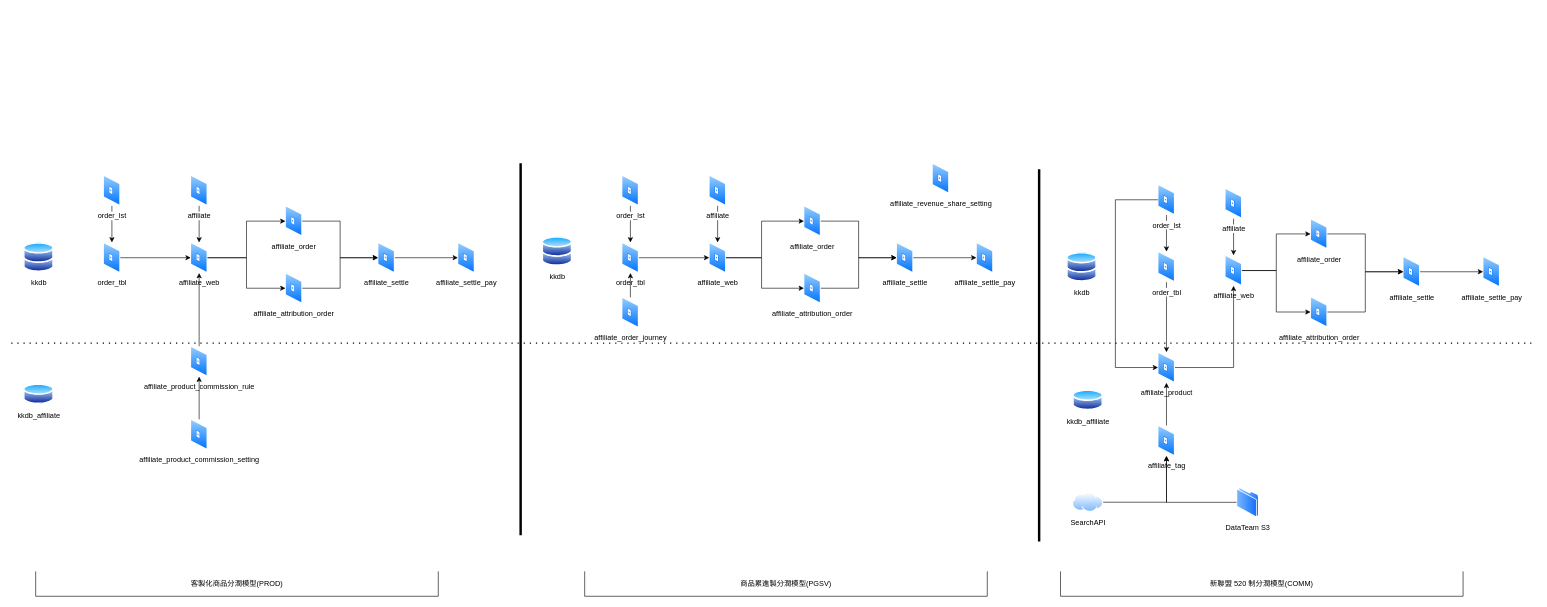
The draw.io diagram 聯盟分潤制度模型.drawio in mikeah2011/oss, before the edit. Source tidied: cells renumbered, new cells numbered last; positions are measured from the earlier drawing's top-left corner, leaving out a move shared by most shapes. Both pictures are drawn from the tidied source at 61%, with x=0, y=0 at pixel (11, 163).
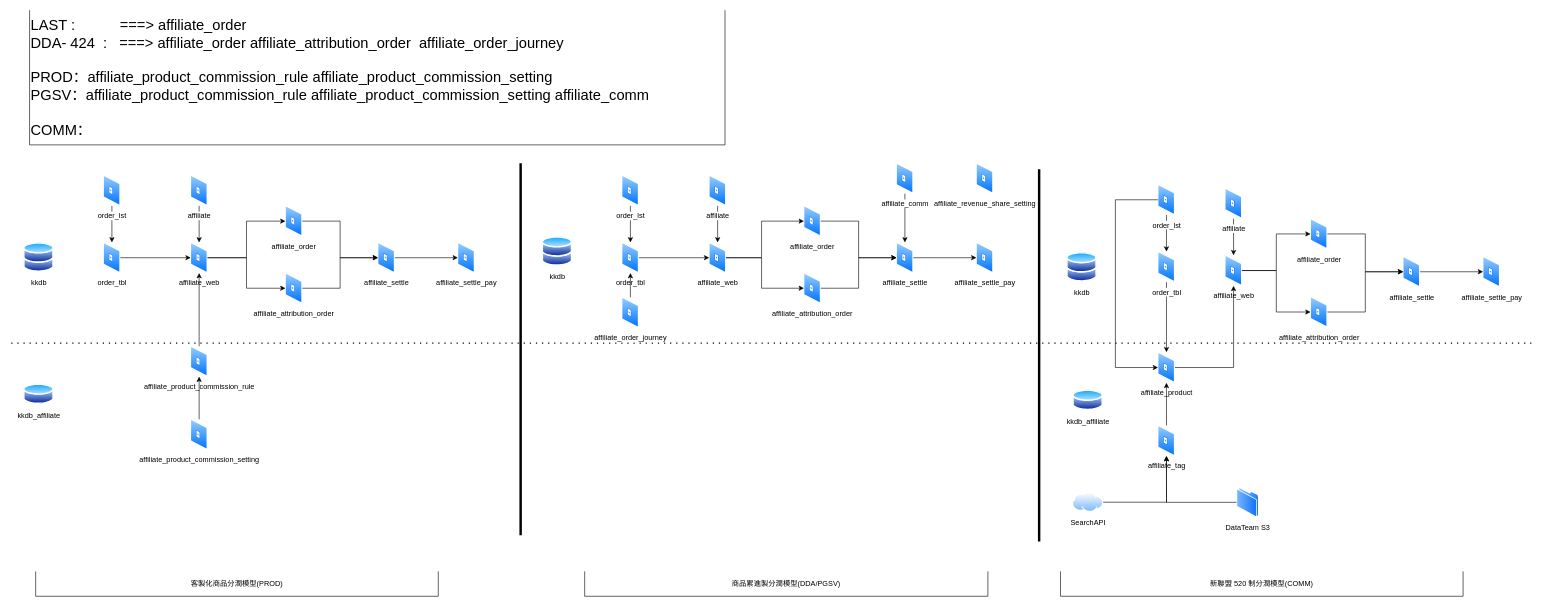
The same diagram, later.

Commit message (it also covers changes not shown here):
更新聯盟分潤制度模型.drawio

Unchanged cells that the change refers to:
```xml
<mxCell id="39" value="affiliate_settle" style="perimeter=ellipsePerimeter;html=1;align=center;shadow=0;dashed=0;spacingTop=3;image;image=img/lib/active_directory/data_jack.svg;" parent="1" vertex="1">
  <mxGeometry x="1451.2" y="130" width="27.5" height="50" as="geometry" />
</mxCell>
```

Change to the diagram source:
```diff
@@
-    <mxCell id="72" value="商品累進製分潤模型(PGSV)" style="shape=partialRectangle;whiteSpace=wrap;html=1;bottom=1;right=1;left=1;top=0;fillColor=none;routingCenterX=-0.5;" parent="1" vertex="1">
-      <mxGeometry x="940" y="670" width="660" height="40" as="geometry" />
+    <mxCell id="72" value="商品累進製分潤模型(DDA/PGSV)" style="shape=partialRectangle;whiteSpace=wrap;html=1;bottom=1;right=1;left=1;top=0;fillColor=none;routingCenterX=-0.5;" parent="1" vertex="1">
+      <mxGeometry x="940" y="670" width="661" height="40" as="geometry" />
     </mxCell>
@@
     <mxCell id="76" value="affiliate_revenue_share_setting" style="perimeter=ellipsePerimeter;html=1;align=center;shadow=0;dashed=0;spacingTop=3;image;image=img/lib/active_directory/data_jack.svg;" parent="1" vertex="1">
-      <mxGeometry x="1510" width="27.5" height="50" as="geometry" />
+      <mxGeometry x="1582.2" width="27.5" height="50" as="geometry" />
     </mxCell>
+    <mxCell id="77" value="&lt;font style=&quot;font-size: 24px;&quot;&gt;LAST :&amp;nbsp; &amp;nbsp; &amp;nbsp; &amp;nbsp; &amp;nbsp; &amp;nbsp;===&amp;gt; affiliate_order&lt;br&gt;DDA- 424&amp;nbsp; :&amp;nbsp; &amp;nbsp;===&amp;gt; affiliate_order&amp;nbsp;affiliate_attribution_order&amp;nbsp; affiliate_order_journey&lt;br&gt;&lt;br&gt;PROD：affiliate_product_commission_rule&amp;nbsp;affiliate_product_commission_setting&lt;br&gt;PGSV：affiliate_product_commission_rule&amp;nbsp;affiliate_product_commission_setting&amp;nbsp;affiliate_comm&lt;br&gt;&lt;br&gt;COMM：&lt;br&gt;&lt;/font&gt;" style="shape=partialRectangle;whiteSpace=wrap;html=1;bottom=1;right=1;left=1;top=0;fillColor=none;routingCenterX=-0.5;align=left;" parent="1" vertex="1">
+      <mxGeometry x="30" y="-250" width="1140" height="220" as="geometry" />
+    </mxCell>
+    <mxCell id="78" style="edgeStyle=orthogonalEdgeStyle;rounded=0;jettySize=auto;html=1;" parent="1" edge="1" source="79" target="39">
+      <mxGeometry relative="1" as="geometry" />
+    </mxCell>
+    <mxCell id="79" value="affiliate_comm" style="perimeter=ellipsePerimeter;html=1;align=center;shadow=0;dashed=0;spacingTop=3;image;image=img/lib/active_directory/data_jack.svg;" parent="1" vertex="1">
+      <mxGeometry x="1451.2" width="27.5" height="50" as="geometry" />
+    </mxCell>
```
